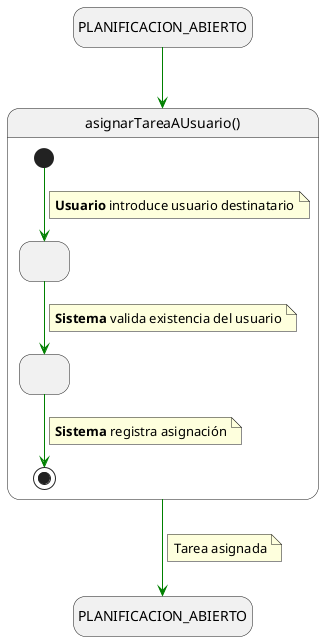
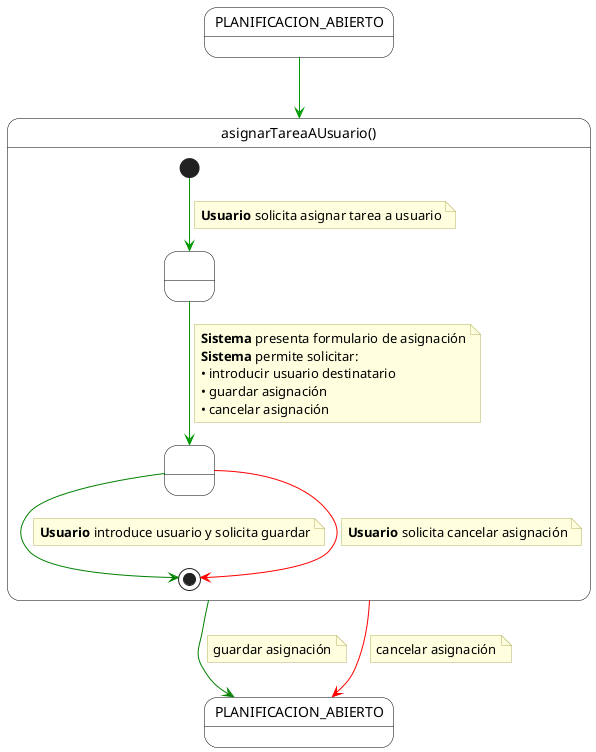
@startuml asignarTareaAUsuario
+ skinparam monochrome false
+ skinparam shadow false
+ top to bottom direction

- hide empty description
- skinparam linetype polyline
+ skinparam state {
+     BackgroundColor White
+     BorderColor Black
+     ArrowColor #009900
+     StartColor Black
+     EndColor Black
+ }

- state in1 as "PLANIFICACION_ABIERTO"
- in1 -[#green]-> asignarTareaAUsuario
+ skinparam note {
+     BackgroundColor #FFFFE0
+     BorderColor #B0B060
+     FontName Arial
+ }

- state asignarTareaAUsuario as "asignarTareaAUsuario()" {
+ state "PLANIFICACION_ABIERTO" as Inicio

-     state IngresandoAsignacion as " "
-     state ValidandoAsignacion as " "
+ state "asignarTareaAUsuario()" as AsignarTareaContainer {
+     top to bottom direction

-     [*] -[#green]-> IngresandoAsignacion
+     state " " as PasoInicial
+     state " " as PasoDatos
+ 
+     [*] --> PasoInicial
    note on link
-         <b>Usuario</b> introduce usuario destinatario
+         **Usuario** solicita asignar tarea a usuario
    end note

-     IngresandoAsignacion -[#green]-> ValidandoAsignacion
+     PasoInicial --> PasoDatos
    note on link
-         <b>Sistema</b> valida existencia del usuario
+         **Sistema** presenta formulario de asignación
+         **Sistema** permite solicitar:
+         • introducir usuario destinatario
+         • guardar asignación
+         • cancelar asignación
    end note

-     ValidandoAsignacion -[#green]-> [*]
+     PasoDatos -[#green]-> [*]
    note on link
-         <b>Sistema</b> registra asignación
+         **Usuario** introduce usuario y solicita guardar
+     end note
+ 
+     PasoDatos -[#red]-> [*]
+     note on link
+         **Usuario** solicita cancelar asignación
    end note
}

- asignarTareaAUsuario -[#green]-> PLANIFICACION_ABIERTO
+ state "PLANIFICACION_ABIERTO" as SalidaPlanificacion
+ 
+ Inicio --> AsignarTareaContainer
+ 
+ AsignarTareaContainer -[#green]-> SalidaPlanificacion
note on link
-     Tarea asignada
+     guardar asignación
end note

- @enduml
+ AsignarTareaContainer -[#red]-> SalidaPlanificacion
+ note on link
+     cancelar asignación
+ end note
+ 
+ @enduml